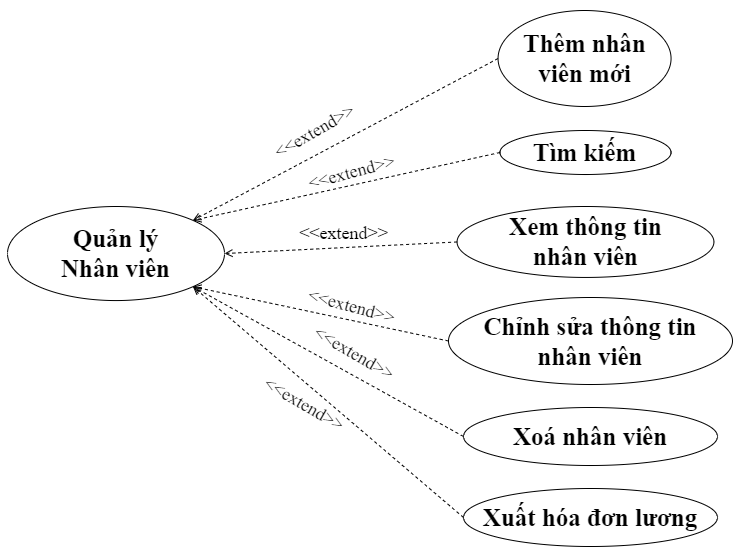
khuevotan/TaiCamRanh_DATN keeps this draw.io diagram as SODO/Usecase/nhanvien.png. Above is the earlier version. Source tidied: cells renumbered, new cells last; positions are measured from the earlier drawing's top-left corner, leaving out a move shared by most shapes.
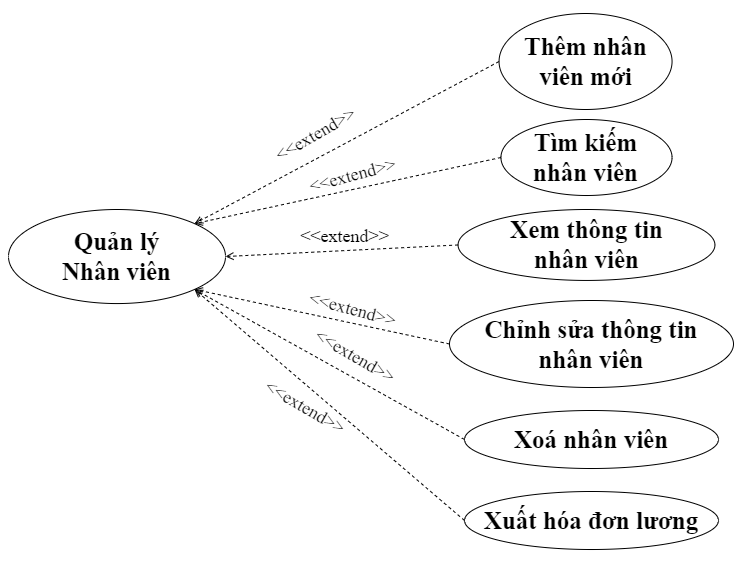
After the commit.

The edit, as a diff of the source:
```diff
@@ -41,8 +41,8 @@
     <mxCell id="14" value="&lt;font style=&quot;font-size: 18px;&quot;&gt;&amp;lt;&amp;lt;extend&amp;gt;&amp;gt;&lt;/font&gt;" style="text;html=1;strokeColor=none;fillColor=none;align=center;verticalAlign=middle;whiteSpace=wrap;rounded=0;fontFamily=Times New Roman;fontSize=18;rotation=15;fontStyle=0;" parent="1" vertex="1">
       <mxGeometry x="304" y="279" width="81" height="34.1" as="geometry" />
     </mxCell>
-    <mxCell id="15" value="&lt;b style=&quot;font-size: 25px;&quot;&gt;Tìm kiếm&lt;/b&gt;" style="ellipse;whiteSpace=wrap;html=1;fontSize=25;fontFamily=Times New Roman;" parent="1" vertex="1">
-      <mxGeometry x="492.4" y="120" width="171.1" height="44" as="geometry" />
+    <mxCell id="15" value="&lt;b style=&quot;font-size: 25px;&quot;&gt;Tìm kiếm&lt;br&gt;nhân viên&lt;br&gt;&lt;/b&gt;" style="ellipse;whiteSpace=wrap;html=1;fontSize=25;fontFamily=Times New Roman;" parent="1" vertex="1">
+      <mxGeometry x="492.4" y="106" width="171.1" height="76" as="geometry" />
     </mxCell>
     <mxCell id="16" style="edgeStyle=none;html=1;endArrow=open;verticalAlign=bottom;dashed=1;labelBackgroundColor=none;rounded=0;exitX=0;exitY=0.5;exitDx=0;exitDy=0;fontSize=25;entryX=1;entryY=0;entryDx=0;entryDy=0;" parent="1" edge="1" source="15" target="6">
       <mxGeometry relative="1" as="geometry" />
```
